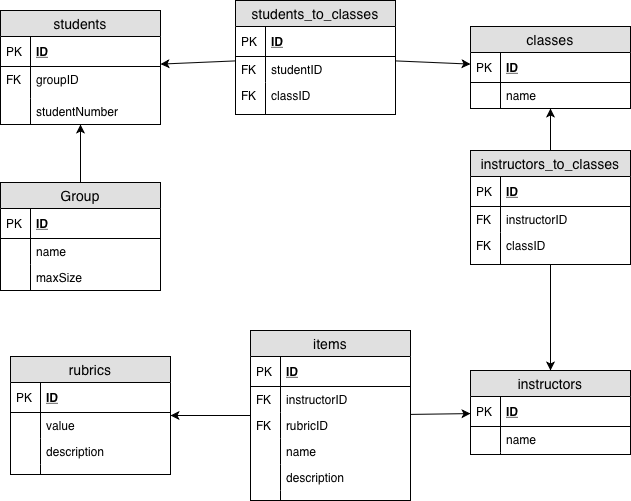
Above: Docs/databaseSchema.png in mRileyMacK/SYSC4806-TeamJORA (draw.io), before the change. Source tidied: cells renumbered, new cells last; positions are measured from the earlier drawing's top-left corner, leaving out a move shared by most shapes. Its diagram source:
```xml
<mxGraphModel>
  <root>
    <mxCell id="0" />
    <mxCell id="1" parent="0" />
    <mxCell id="2" value="students" style="swimlane;fontStyle=0;horizontal=1;startSize=26;fillColor=#e0e0e0;swimlaneFillColor=#ffffff;align=center;fontSize=14;" parent="1" vertex="1">
      <mxGeometry y="10" width="160" height="114" as="geometry" />
    </mxCell>
    <mxCell id="3" value="ID" style="shape=partialRectangle;top=0;left=0;right=0;bottom=1;align=left;verticalAlign=middle;fillColor=none;spacingLeft=34;spacingRight=4;overflow=hidden;fontStyle=5;fontSize=12;" parent="2" vertex="1">
      <mxGeometry y="26" width="160" height="30" as="geometry" />
    </mxCell>
    <mxCell id="4" value="PK" style="shape=partialRectangle;top=0;left=0;bottom=0;fillColor=none;align=left;verticalAlign=middle;spacingLeft=4;spacingRight=4;overflow=hidden;fontSize=12;" parent="3" vertex="1">
      <mxGeometry width="30" height="30" as="geometry" />
    </mxCell>
    <mxCell id="5" value="groupID" style="shape=partialRectangle;top=0;left=0;right=0;bottom=0;align=left;verticalAlign=top;fillColor=none;spacingLeft=34;spacingRight=4;overflow=hidden;fontSize=12;" parent="2" vertex="1">
      <mxGeometry y="56" width="160" height="32" as="geometry" />
    </mxCell>
    <mxCell id="6" value="FK" style="shape=partialRectangle;top=0;left=0;bottom=0;fillColor=none;align=left;verticalAlign=top;spacingLeft=4;spacingRight=4;overflow=hidden;fontSize=12;" parent="5" vertex="1">
      <mxGeometry width="30" height="32" as="geometry" />
    </mxCell>
    <mxCell id="7" value="studentNumber" style="shape=partialRectangle;top=0;left=0;right=0;bottom=0;align=left;verticalAlign=top;fillColor=none;spacingLeft=34;spacingRight=4;overflow=hidden;fontSize=12;" parent="2" vertex="1">
      <mxGeometry y="88" width="160" height="26" as="geometry" />
    </mxCell>
    <mxCell id="8" style="shape=partialRectangle;top=0;left=0;bottom=0;fillColor=none;align=left;verticalAlign=top;spacingLeft=4;spacingRight=4;overflow=hidden;fontSize=12;" parent="7" vertex="1">
      <mxGeometry width="30" height="26" as="geometry" />
    </mxCell>
    <mxCell id="9" value="instructors" style="swimlane;fontStyle=0;horizontal=1;startSize=26;fillColor=#e0e0e0;swimlaneFillColor=#ffffff;align=center;fontSize=14;" parent="1" vertex="1">
      <mxGeometry x="470" y="370" width="160" height="84" as="geometry" />
    </mxCell>
    <mxCell id="10" value="ID" style="shape=partialRectangle;top=0;left=0;right=0;bottom=1;align=left;verticalAlign=middle;fillColor=none;spacingLeft=34;spacingRight=4;overflow=hidden;fontStyle=5;fontSize=12;" parent="9" vertex="1">
      <mxGeometry y="26" width="160" height="30" as="geometry" />
    </mxCell>
    <mxCell id="11" value="PK" style="shape=partialRectangle;top=0;left=0;bottom=0;fillColor=none;align=left;verticalAlign=middle;spacingLeft=4;spacingRight=4;overflow=hidden;fontSize=12;" parent="10" vertex="1">
      <mxGeometry width="30" height="30" as="geometry" />
    </mxCell>
    <mxCell id="12" value="name" style="shape=partialRectangle;top=0;left=0;right=0;bottom=0;align=left;verticalAlign=top;fillColor=none;spacingLeft=34;spacingRight=4;overflow=hidden;fontSize=12;" parent="9" vertex="1">
      <mxGeometry y="56" width="160" height="26" as="geometry" />
    </mxCell>
    <mxCell id="13" style="shape=partialRectangle;top=0;left=0;bottom=0;fillColor=none;align=left;verticalAlign=top;spacingLeft=4;spacingRight=4;overflow=hidden;fontSize=12;" parent="12" vertex="1">
      <mxGeometry width="30" height="26" as="geometry" />
    </mxCell>
    <mxCell id="14" style="shape=partialRectangle;top=0;left=0;right=0;bottom=0;align=left;verticalAlign=top;fillColor=none;spacingLeft=34;spacingRight=4;overflow=hidden;fontSize=12;" parent="9" vertex="1">
      <mxGeometry y="82" width="160" height="2" as="geometry" />
    </mxCell>
    <mxCell id="15" style="shape=partialRectangle;top=0;left=0;bottom=0;fillColor=none;align=left;verticalAlign=top;spacingLeft=4;spacingRight=4;overflow=hidden;fontSize=12;" parent="14" vertex="1">
      <mxGeometry width="30" height="2" as="geometry" />
    </mxCell>
    <mxCell id="16" value="Group" style="swimlane;fontStyle=0;horizontal=1;startSize=26;fillColor=#e0e0e0;swimlaneFillColor=#ffffff;align=center;fontSize=14;" parent="1" vertex="1">
      <mxGeometry y="182" width="160" height="108" as="geometry" />
    </mxCell>
    <mxCell id="17" value="ID" style="shape=partialRectangle;top=0;left=0;right=0;bottom=1;align=left;verticalAlign=middle;fillColor=none;spacingLeft=34;spacingRight=4;overflow=hidden;fontStyle=5;fontSize=12;" parent="16" vertex="1">
      <mxGeometry y="26" width="160" height="30" as="geometry" />
    </mxCell>
    <mxCell id="18" value="PK" style="shape=partialRectangle;top=0;left=0;bottom=0;fillColor=none;align=left;verticalAlign=middle;spacingLeft=4;spacingRight=4;overflow=hidden;fontSize=12;" parent="17" vertex="1">
      <mxGeometry width="30" height="30" as="geometry" />
    </mxCell>
    <mxCell id="19" value="name" style="shape=partialRectangle;top=0;left=0;right=0;bottom=0;align=left;verticalAlign=top;fillColor=none;spacingLeft=34;spacingRight=4;overflow=hidden;fontSize=12;" parent="16" vertex="1">
      <mxGeometry y="56" width="160" height="26" as="geometry" />
    </mxCell>
    <mxCell id="20" style="shape=partialRectangle;top=0;left=0;bottom=0;fillColor=none;align=left;verticalAlign=top;spacingLeft=4;spacingRight=4;overflow=hidden;fontSize=12;" parent="19" vertex="1">
      <mxGeometry width="30" height="26" as="geometry" />
    </mxCell>
    <mxCell id="21" value="maxSize" style="shape=partialRectangle;top=0;left=0;right=0;bottom=0;align=left;verticalAlign=top;fillColor=none;spacingLeft=34;spacingRight=4;overflow=hidden;fontSize=12;" parent="16" vertex="1">
      <mxGeometry y="82" width="160" height="26" as="geometry" />
    </mxCell>
    <mxCell id="22" style="shape=partialRectangle;top=0;left=0;bottom=0;fillColor=none;align=left;verticalAlign=top;spacingLeft=4;spacingRight=4;overflow=hidden;fontSize=12;" parent="21" vertex="1">
      <mxGeometry width="30" height="26" as="geometry" />
    </mxCell>
    <mxCell id="23" value="items" style="swimlane;fontStyle=0;horizontal=1;startSize=26;fillColor=#e0e0e0;swimlaneFillColor=#ffffff;align=center;fontSize=14;" parent="1" vertex="1">
      <mxGeometry x="250" y="330" width="160" height="170" as="geometry" />
    </mxCell>
    <mxCell id="24" value="ID" style="shape=partialRectangle;top=0;left=0;right=0;bottom=1;align=left;verticalAlign=middle;fillColor=none;spacingLeft=34;spacingRight=4;overflow=hidden;fontStyle=5;fontSize=12;" parent="23" vertex="1">
      <mxGeometry y="26" width="160" height="30" as="geometry" />
    </mxCell>
    <mxCell id="25" value="PK" style="shape=partialRectangle;top=0;left=0;bottom=0;fillColor=none;align=left;verticalAlign=middle;spacingLeft=4;spacingRight=4;overflow=hidden;fontSize=12;" parent="24" vertex="1">
      <mxGeometry width="30" height="30" as="geometry" />
    </mxCell>
    <mxCell id="26" value="instructorID" style="shape=partialRectangle;top=0;left=0;right=0;bottom=0;align=left;verticalAlign=top;fillColor=none;spacingLeft=34;spacingRight=4;overflow=hidden;fontSize=12;" parent="23" vertex="1">
      <mxGeometry y="56" width="160" height="26" as="geometry" />
    </mxCell>
    <mxCell id="27" value="FK" style="shape=partialRectangle;top=0;left=0;bottom=0;fillColor=none;align=left;verticalAlign=top;spacingLeft=4;spacingRight=4;overflow=hidden;fontSize=12;" parent="26" vertex="1">
      <mxGeometry width="30" height="26" as="geometry" />
    </mxCell>
    <mxCell id="28" value="rubricID" style="shape=partialRectangle;top=0;left=0;right=0;bottom=0;align=left;verticalAlign=top;fillColor=none;spacingLeft=34;spacingRight=4;overflow=hidden;fontSize=12;" parent="23" vertex="1">
      <mxGeometry y="82" width="160" height="26" as="geometry" />
    </mxCell>
    <mxCell id="29" value="FK" style="shape=partialRectangle;top=0;left=0;bottom=0;fillColor=none;align=left;verticalAlign=top;spacingLeft=4;spacingRight=4;overflow=hidden;fontSize=12;" parent="28" vertex="1">
      <mxGeometry width="30" height="26" as="geometry" />
    </mxCell>
    <mxCell id="30" value="name" style="shape=partialRectangle;top=0;left=0;right=0;bottom=0;align=left;verticalAlign=top;fillColor=none;spacingLeft=34;spacingRight=4;overflow=hidden;fontSize=12;" parent="23" vertex="1">
      <mxGeometry y="108" width="160" height="26" as="geometry" />
    </mxCell>
    <mxCell id="31" style="shape=partialRectangle;top=0;left=0;bottom=0;fillColor=none;align=left;verticalAlign=top;spacingLeft=4;spacingRight=4;overflow=hidden;fontSize=12;" parent="30" vertex="1">
      <mxGeometry width="30" height="26" as="geometry" />
    </mxCell>
    <mxCell id="32" value="description" style="shape=partialRectangle;top=0;left=0;right=0;bottom=0;align=left;verticalAlign=top;fillColor=none;spacingLeft=34;spacingRight=4;overflow=hidden;fontSize=12;" parent="23" vertex="1">
      <mxGeometry y="134" width="160" height="26" as="geometry" />
    </mxCell>
    <mxCell id="33" style="shape=partialRectangle;top=0;left=0;bottom=0;fillColor=none;align=left;verticalAlign=top;spacingLeft=4;spacingRight=4;overflow=hidden;fontSize=12;" parent="32" vertex="1">
      <mxGeometry width="30" height="26" as="geometry" />
    </mxCell>
    <mxCell id="34" style="shape=partialRectangle;top=0;left=0;right=0;bottom=0;align=left;verticalAlign=top;fillColor=none;spacingLeft=34;spacingRight=4;overflow=hidden;fontSize=12;" parent="23" vertex="1">
      <mxGeometry y="160" width="160" height="10" as="geometry" />
    </mxCell>
    <mxCell id="35" style="shape=partialRectangle;top=0;left=0;bottom=0;fillColor=none;align=left;verticalAlign=top;spacingLeft=4;spacingRight=4;overflow=hidden;fontSize=12;" parent="34" vertex="1">
      <mxGeometry width="30" height="10" as="geometry" />
    </mxCell>
    <mxCell id="36" value="rubrics" style="swimlane;fontStyle=0;horizontal=1;startSize=26;fillColor=#e0e0e0;swimlaneFillColor=#ffffff;align=center;fontSize=14;" parent="1" vertex="1">
      <mxGeometry x="10" y="356" width="160" height="118" as="geometry" />
    </mxCell>
    <mxCell id="37" value="ID" style="shape=partialRectangle;top=0;left=0;right=0;bottom=1;align=left;verticalAlign=middle;fillColor=none;spacingLeft=34;spacingRight=4;overflow=hidden;fontStyle=5;fontSize=12;" parent="36" vertex="1">
      <mxGeometry y="26" width="160" height="30" as="geometry" />
    </mxCell>
    <mxCell id="38" value="PK" style="shape=partialRectangle;top=0;left=0;bottom=0;fillColor=none;align=left;verticalAlign=middle;spacingLeft=4;spacingRight=4;overflow=hidden;fontSize=12;" parent="37" vertex="1">
      <mxGeometry width="30" height="30" as="geometry" />
    </mxCell>
    <mxCell id="39" value="value" style="shape=partialRectangle;top=0;left=0;right=0;bottom=0;align=left;verticalAlign=top;fillColor=none;spacingLeft=34;spacingRight=4;overflow=hidden;fontSize=12;" parent="36" vertex="1">
      <mxGeometry y="56" width="160" height="26" as="geometry" />
    </mxCell>
    <mxCell id="40" style="shape=partialRectangle;top=0;left=0;bottom=0;fillColor=none;align=left;verticalAlign=top;spacingLeft=4;spacingRight=4;overflow=hidden;fontSize=12;" parent="39" vertex="1">
      <mxGeometry width="30" height="26" as="geometry" />
    </mxCell>
    <mxCell id="41" value="description" style="shape=partialRectangle;top=0;left=0;right=0;bottom=0;align=left;verticalAlign=top;fillColor=none;spacingLeft=34;spacingRight=4;overflow=hidden;fontSize=12;" parent="36" vertex="1">
      <mxGeometry y="82" width="160" height="26" as="geometry" />
    </mxCell>
    <mxCell id="42" style="shape=partialRectangle;top=0;left=0;bottom=0;fillColor=none;align=left;verticalAlign=top;spacingLeft=4;spacingRight=4;overflow=hidden;fontSize=12;" parent="41" vertex="1">
      <mxGeometry width="30" height="26" as="geometry" />
    </mxCell>
    <mxCell id="43" style="shape=partialRectangle;top=0;left=0;right=0;bottom=0;align=left;verticalAlign=top;fillColor=none;spacingLeft=34;spacingRight=4;overflow=hidden;fontSize=12;" parent="36" vertex="1">
      <mxGeometry y="108" width="160" height="10" as="geometry" />
    </mxCell>
    <mxCell id="44" style="shape=partialRectangle;top=0;left=0;bottom=0;fillColor=none;align=left;verticalAlign=top;spacingLeft=4;spacingRight=4;overflow=hidden;fontSize=12;" parent="43" vertex="1">
      <mxGeometry width="30" height="10" as="geometry" />
    </mxCell>
    <mxCell id="45" value="classes" style="swimlane;fontStyle=0;horizontal=1;startSize=26;fillColor=#e0e0e0;swimlaneFillColor=#ffffff;align=center;fontSize=14;" parent="1" vertex="1">
      <mxGeometry x="470" y="26" width="160" height="82" as="geometry" />
    </mxCell>
    <mxCell id="46" value="ID" style="shape=partialRectangle;top=0;left=0;right=0;bottom=1;align=left;verticalAlign=middle;fillColor=none;spacingLeft=34;spacingRight=4;overflow=hidden;fontStyle=5;fontSize=12;" parent="45" vertex="1">
      <mxGeometry y="26" width="160" height="30" as="geometry" />
    </mxCell>
    <mxCell id="47" value="PK" style="shape=partialRectangle;top=0;left=0;bottom=0;fillColor=none;align=left;verticalAlign=middle;spacingLeft=4;spacingRight=4;overflow=hidden;fontSize=12;" parent="46" vertex="1">
      <mxGeometry width="30" height="30" as="geometry" />
    </mxCell>
    <mxCell id="48" value="name" style="shape=partialRectangle;top=0;left=0;right=0;bottom=0;align=left;verticalAlign=top;fillColor=none;spacingLeft=34;spacingRight=4;overflow=hidden;fontSize=12;" parent="45" vertex="1">
      <mxGeometry y="56" width="160" height="26" as="geometry" />
    </mxCell>
    <mxCell id="49" style="shape=partialRectangle;top=0;left=0;bottom=0;fillColor=none;align=left;verticalAlign=top;spacingLeft=4;spacingRight=4;overflow=hidden;fontSize=12;" parent="48" vertex="1">
      <mxGeometry width="30" height="26" as="geometry" />
    </mxCell>
    <mxCell id="50" value="students_to_classes" style="swimlane;fontStyle=0;horizontal=1;startSize=26;fillColor=#e0e0e0;swimlaneFillColor=#ffffff;align=center;fontSize=14;" parent="1" vertex="1">
      <mxGeometry x="235" width="160" height="114" as="geometry" />
    </mxCell>
    <mxCell id="51" value="ID" style="shape=partialRectangle;top=0;left=0;right=0;bottom=1;align=left;verticalAlign=middle;fillColor=none;spacingLeft=34;spacingRight=4;overflow=hidden;fontStyle=5;fontSize=12;" parent="50" vertex="1">
      <mxGeometry y="26" width="160" height="30" as="geometry" />
    </mxCell>
    <mxCell id="52" value="PK" style="shape=partialRectangle;top=0;left=0;bottom=0;fillColor=none;align=left;verticalAlign=middle;spacingLeft=4;spacingRight=4;overflow=hidden;fontSize=12;" parent="51" vertex="1">
      <mxGeometry width="30" height="30" as="geometry" />
    </mxCell>
    <mxCell id="53" value="studentID" style="shape=partialRectangle;top=0;left=0;right=0;bottom=0;align=left;verticalAlign=top;fillColor=none;spacingLeft=34;spacingRight=4;overflow=hidden;fontSize=12;" parent="50" vertex="1">
      <mxGeometry y="56" width="160" height="26" as="geometry" />
    </mxCell>
    <mxCell id="54" value="FK" style="shape=partialRectangle;top=0;left=0;bottom=0;fillColor=none;align=left;verticalAlign=top;spacingLeft=4;spacingRight=4;overflow=hidden;fontSize=12;" parent="53" vertex="1">
      <mxGeometry width="30" height="26" as="geometry" />
    </mxCell>
    <mxCell id="55" value="classID" style="shape=partialRectangle;top=0;left=0;right=0;bottom=0;align=left;verticalAlign=top;fillColor=none;spacingLeft=34;spacingRight=4;overflow=hidden;fontSize=12;" parent="50" vertex="1">
      <mxGeometry y="82" width="160" height="32" as="geometry" />
    </mxCell>
    <mxCell id="56" value="FK" style="shape=partialRectangle;top=0;left=0;bottom=0;fillColor=none;align=left;verticalAlign=top;spacingLeft=4;spacingRight=4;overflow=hidden;fontSize=12;" parent="55" vertex="1">
      <mxGeometry width="30" height="32" as="geometry" />
    </mxCell>
    <mxCell id="57" value="instructors_to_classes" style="swimlane;fontStyle=0;horizontal=1;startSize=26;fillColor=#e0e0e0;swimlaneFillColor=#ffffff;align=center;fontSize=14;" parent="1" vertex="1">
      <mxGeometry x="470" y="150" width="160" height="114" as="geometry" />
    </mxCell>
    <mxCell id="58" value="ID" style="shape=partialRectangle;top=0;left=0;right=0;bottom=1;align=left;verticalAlign=middle;fillColor=none;spacingLeft=34;spacingRight=4;overflow=hidden;fontStyle=5;fontSize=12;" parent="57" vertex="1">
      <mxGeometry y="26" width="160" height="30" as="geometry" />
    </mxCell>
    <mxCell id="59" value="PK" style="shape=partialRectangle;top=0;left=0;bottom=0;fillColor=none;align=left;verticalAlign=middle;spacingLeft=4;spacingRight=4;overflow=hidden;fontSize=12;" parent="58" vertex="1">
      <mxGeometry width="30" height="30" as="geometry" />
    </mxCell>
    <mxCell id="60" value="instructorID" style="shape=partialRectangle;top=0;left=0;right=0;bottom=0;align=left;verticalAlign=top;fillColor=none;spacingLeft=34;spacingRight=4;overflow=hidden;fontSize=12;" parent="57" vertex="1">
      <mxGeometry y="56" width="160" height="26" as="geometry" />
    </mxCell>
    <mxCell id="61" value="FK" style="shape=partialRectangle;top=0;left=0;bottom=0;fillColor=none;align=left;verticalAlign=top;spacingLeft=4;spacingRight=4;overflow=hidden;fontSize=12;" parent="60" vertex="1">
      <mxGeometry width="30" height="26" as="geometry" />
    </mxCell>
    <mxCell id="62" value="classID" style="shape=partialRectangle;top=0;left=0;right=0;bottom=0;align=left;verticalAlign=top;fillColor=none;spacingLeft=34;spacingRight=4;overflow=hidden;fontSize=12;" parent="57" vertex="1">
      <mxGeometry y="82" width="160" height="32" as="geometry" />
    </mxCell>
    <mxCell id="63" value="FK" style="shape=partialRectangle;top=0;left=0;bottom=0;fillColor=none;align=left;verticalAlign=top;spacingLeft=4;spacingRight=4;overflow=hidden;fontSize=12;" parent="62" vertex="1">
      <mxGeometry width="30" height="32" as="geometry" />
    </mxCell>
    <mxCell id="64" style="endArrow=classic;html=1;" parent="1" edge="1" source="50" target="2">
      <mxGeometry relative="1" as="geometry" />
    </mxCell>
    <mxCell id="65" style="endArrow=classic;html=1;" parent="1" edge="1" source="50" target="45">
      <mxGeometry relative="1" as="geometry" />
    </mxCell>
    <mxCell id="66" style="endArrow=classic;html=1;" parent="1" edge="1" source="57" target="45">
      <mxGeometry relative="1" as="geometry" />
    </mxCell>
    <mxCell id="67" style="endArrow=classic;html=1;" parent="1" edge="1" source="57" target="9">
      <mxGeometry relative="1" as="geometry" />
    </mxCell>
    <mxCell id="68" style="endArrow=classic;html=1;" parent="1" edge="1" source="16" target="2">
      <mxGeometry relative="1" as="geometry" />
    </mxCell>
    <mxCell id="69" style="endArrow=classic;html=1;" parent="1" edge="1" source="23" target="9">
      <mxGeometry relative="1" as="geometry" />
    </mxCell>
    <mxCell id="70" style="endArrow=classic;html=1;" parent="1" edge="1" source="23" target="36">
      <mxGeometry relative="1" as="geometry" />
    </mxCell>
  </root>
</mxGraphModel>
```
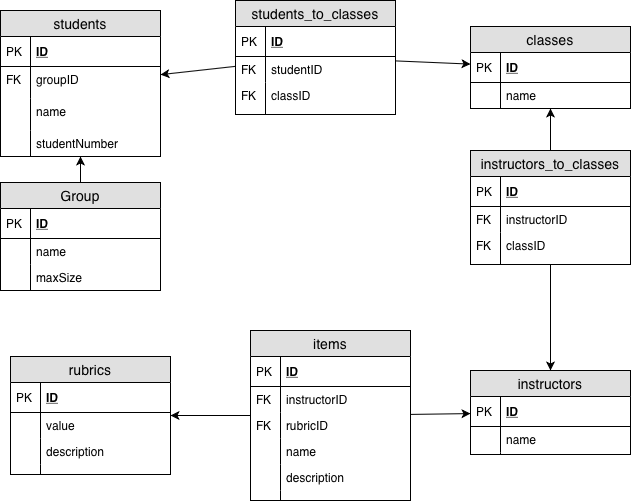
Later version of the same file.

Diff of the diagram source:
```diff
@@ -3,7 +3,7 @@
     <mxCell id="0" />
     <mxCell id="1" parent="0" />
     <mxCell id="2" value="students" style="swimlane;fontStyle=0;horizontal=1;startSize=26;fillColor=#e0e0e0;swimlaneFillColor=#ffffff;align=center;fontSize=14;" parent="1" vertex="1">
-      <mxGeometry y="10" width="160" height="114" as="geometry" />
+      <mxGeometry y="10" width="160" height="146" as="geometry" />
     </mxCell>
     <mxCell id="3" value="ID" style="shape=partialRectangle;top=0;left=0;right=0;bottom=1;align=left;verticalAlign=middle;fillColor=none;spacingLeft=34;spacingRight=4;overflow=hidden;fontStyle=5;fontSize=12;" parent="2" vertex="1">
       <mxGeometry y="26" width="160" height="30" as="geometry" />
@@ -17,8 +17,14 @@
     <mxCell id="6" value="FK" style="shape=partialRectangle;top=0;left=0;bottom=0;fillColor=none;align=left;verticalAlign=top;spacingLeft=4;spacingRight=4;overflow=hidden;fontSize=12;" parent="5" vertex="1">
       <mxGeometry width="30" height="32" as="geometry" />
     </mxCell>
+    <mxCell id="71" value="name" style="shape=partialRectangle;top=0;left=0;right=0;bottom=0;align=left;verticalAlign=top;fillColor=none;spacingLeft=34;spacingRight=4;overflow=hidden;fontSize=12;" parent="2" vertex="1">
+      <mxGeometry y="88" width="160" height="32" as="geometry" />
+    </mxCell>
+    <mxCell id="72" style="shape=partialRectangle;top=0;left=0;bottom=0;fillColor=none;align=left;verticalAlign=top;spacingLeft=4;spacingRight=4;overflow=hidden;fontSize=12;" parent="71" vertex="1">
+      <mxGeometry width="30" height="32" as="geometry" />
+    </mxCell>
     <mxCell id="7" value="studentNumber" style="shape=partialRectangle;top=0;left=0;right=0;bottom=0;align=left;verticalAlign=top;fillColor=none;spacingLeft=34;spacingRight=4;overflow=hidden;fontSize=12;" parent="2" vertex="1">
-      <mxGeometry y="88" width="160" height="26" as="geometry" />
+      <mxGeometry y="120" width="160" height="26" as="geometry" />
     </mxCell>
     <mxCell id="8" style="shape=partialRectangle;top=0;left=0;bottom=0;fillColor=none;align=left;verticalAlign=top;spacingLeft=4;spacingRight=4;overflow=hidden;fontSize=12;" parent="7" vertex="1">
       <mxGeometry width="30" height="26" as="geometry" />
```
